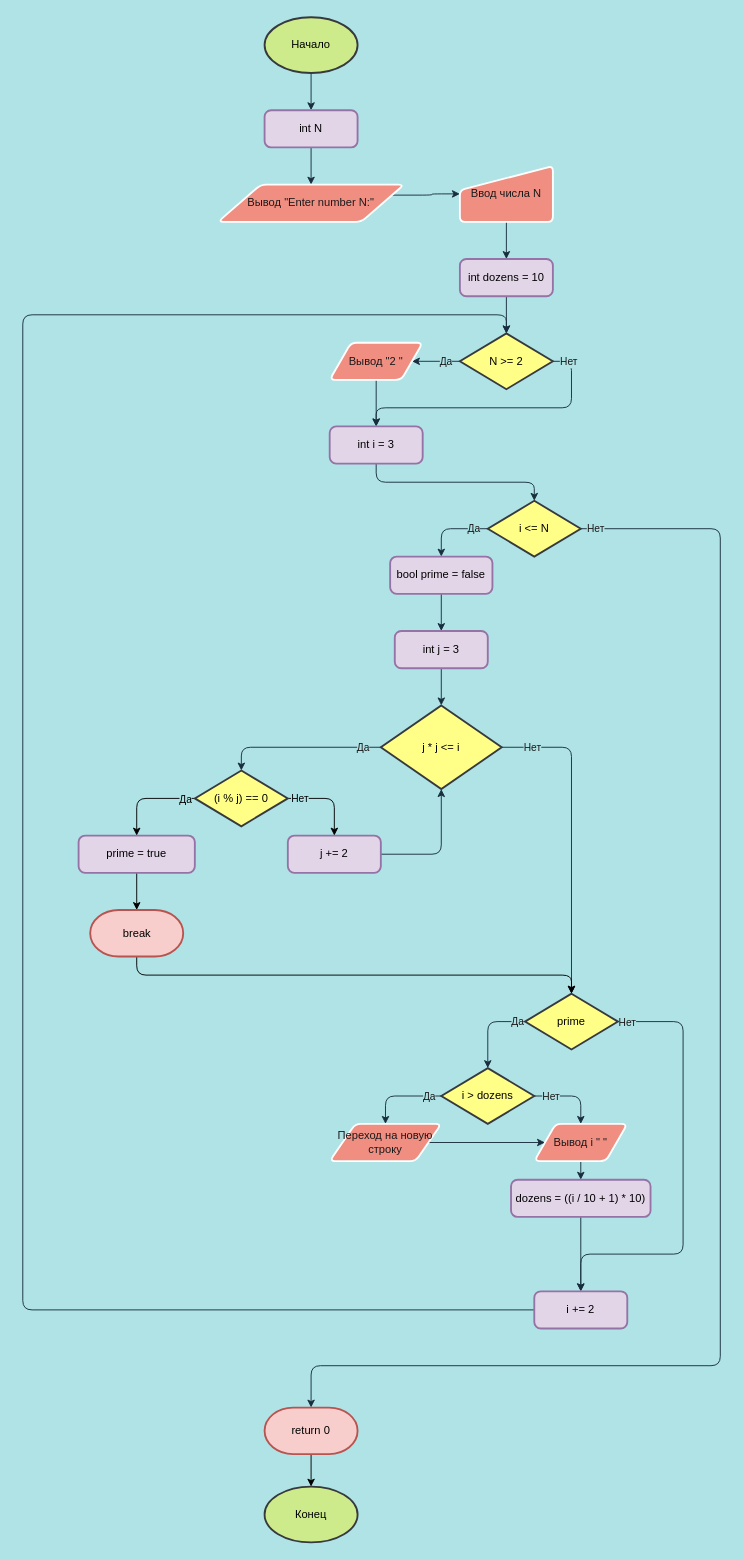
Before: page "Лабораторная работа №3" (3 of 3) of flowcharts_for_labs1-3.drawio in MoonFoxy/Programming_labs, a draw.io diagram. Source tidied: cells renumbered, new cells numbered last; positions are measured from the earlier drawing's top-left corner, leaving out a move shared by most shapes. Both pictures are drawn from the tidied source at 93%, with x=0, y=0 at pixel (22, 17).
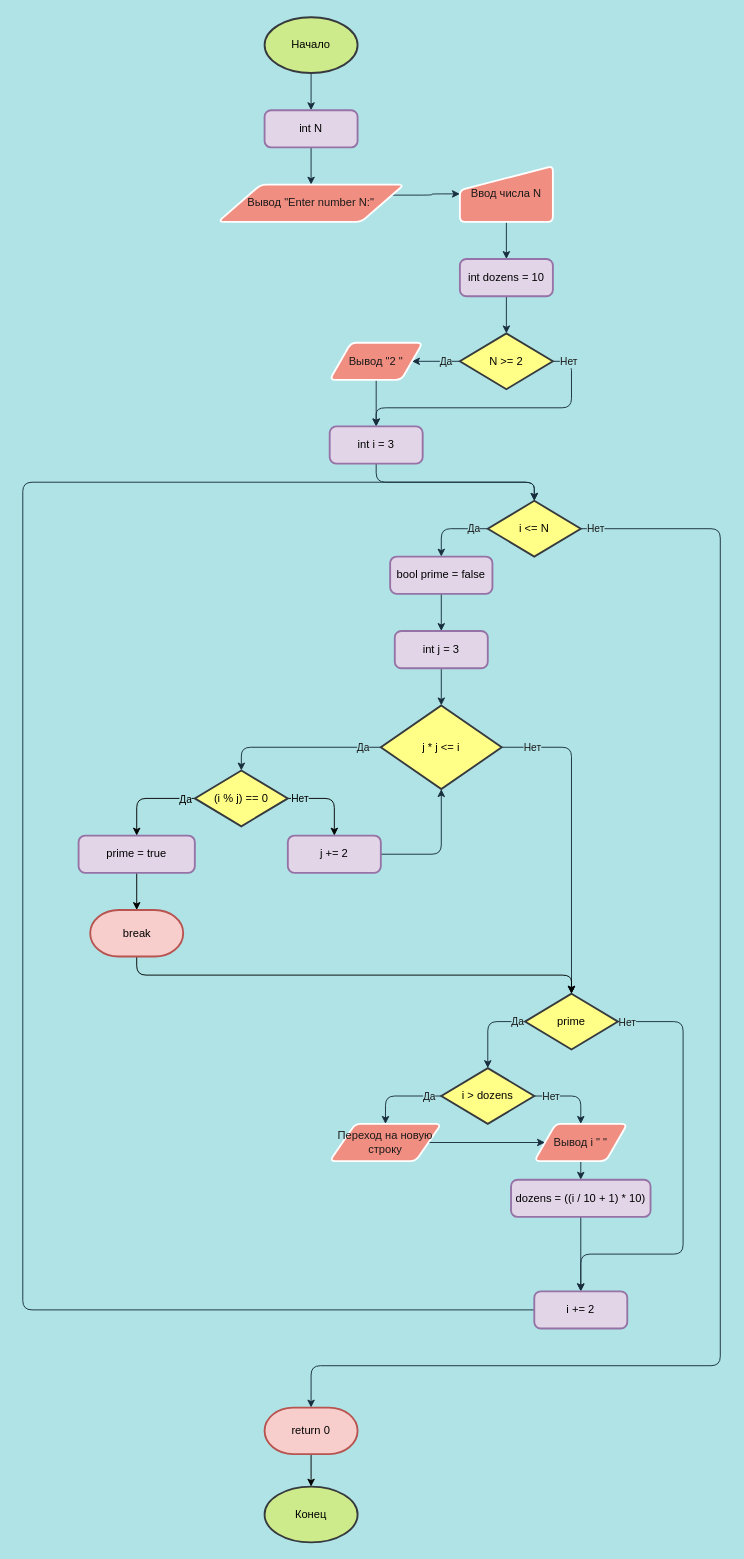
After the change.

The change refers to these unchanged cells:
```xml
<mxCell id="16" value="N &amp;gt;= 2" style="strokeWidth=2;html=1;shape=mxgraph.flowchart.decision;whiteSpace=wrap;fillColor=#ffff88;strokeColor=#36393d;rounded=1;" parent="1" vertex="1">
  <mxGeometry x="470" y="340" width="100" height="60" as="geometry" />
</mxCell>
<mxCell id="25" value="i &amp;lt;= N" style="strokeWidth=2;html=1;shape=mxgraph.flowchart.decision;whiteSpace=wrap;fillColor=#ffff88;strokeColor=#36393d;rounded=1;" parent="1" vertex="1">
  <mxGeometry x="500" y="520" width="100" height="60" as="geometry" />
</mxCell>
<mxCell id="56" value="i += 2" style="whiteSpace=wrap;html=1;absoluteArcSize=1;arcSize=14;strokeWidth=2;fillColor=#e1d5e7;align=center;strokeColor=#9673a6;rounded=1;" parent="1" vertex="1">
  <mxGeometry x="550" y="1370" width="100" height="40" as="geometry" />
</mxCell>
```

What changed in the source:
```diff
@@
-    <mxCell id="55" style="edgeStyle=orthogonalEdgeStyle;comic=0;sketch=0;jettySize=auto;html=1;exitX=0;exitY=0.5;exitDx=0;exitDy=0;startFill=1;endFill=1;strokeColor=#182E3E;fontColor=#1A1A1A;entryX=0.5;entryY=0;entryDx=0;entryDy=0;entryPerimeter=0;labelBackgroundColor=#B0E3E6;" parent="1" edge="1" source="56" target="16">
+    <mxCell id="55" style="edgeStyle=orthogonalEdgeStyle;comic=0;sketch=0;jettySize=auto;html=1;exitX=0;exitY=0.5;exitDx=0;exitDy=0;startFill=1;endFill=1;strokeColor=#182E3E;fontColor=#1A1A1A;entryX=0.5;entryY=0;entryDx=0;entryDy=0;entryPerimeter=0;labelBackgroundColor=#B0E3E6;" parent="1" edge="1" source="56" target="25">
       <mxGeometry relative="1" as="geometry">
         <Array as="points">
           <mxPoint y="1390" />
-          <mxPoint y="320" />
-          <mxPoint x="520" y="320" />
+          <mxPoint y="500" />
+          <mxPoint x="550" y="500" />
         </Array>
       </mxGeometry>
     </mxCell>
```
